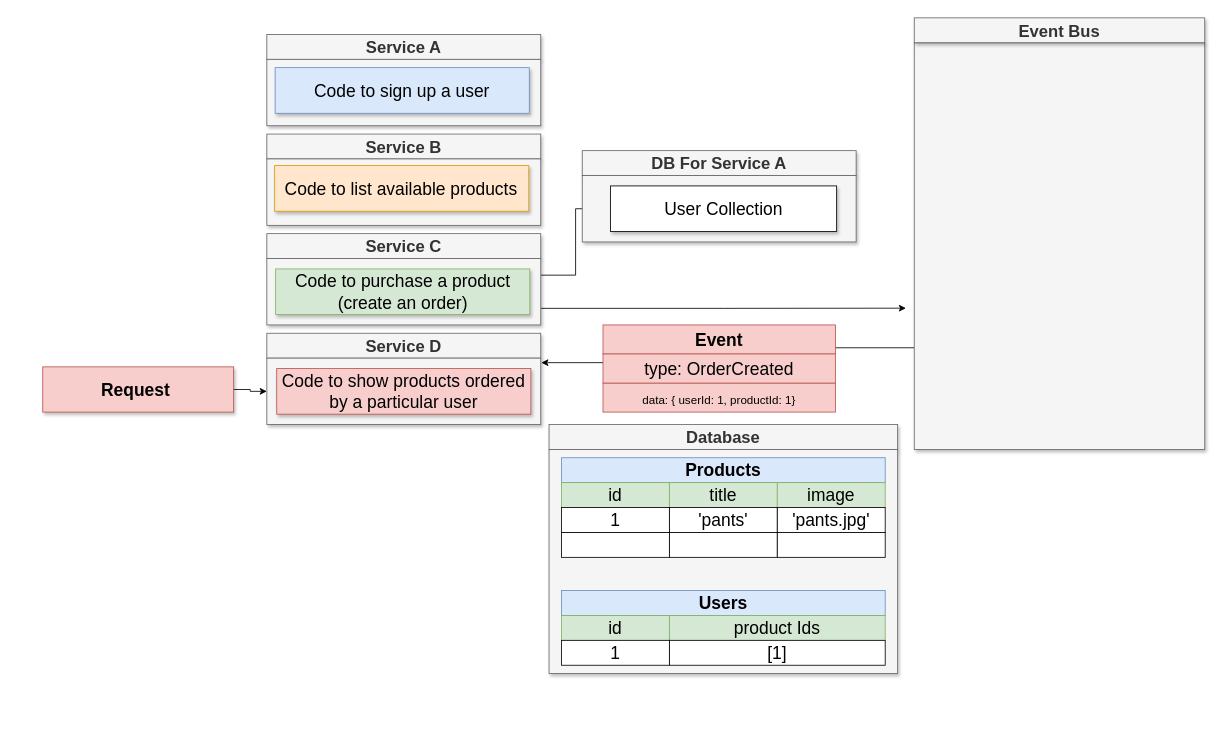
AK-SoloQ/microservices-casts keeps this draw.io diagram as page "12 - async" (15 of 17) of diagrams/01/03.drawio. Above is the earlier version. Source tidied: cells renumbered, new cells numbered last; positions are measured from the earlier drawing's top-left corner, leaving out a move shared by most shapes. Both pictures are drawn from the tidied source at 83%, with x=0, y=0 at pixel (42, 17).
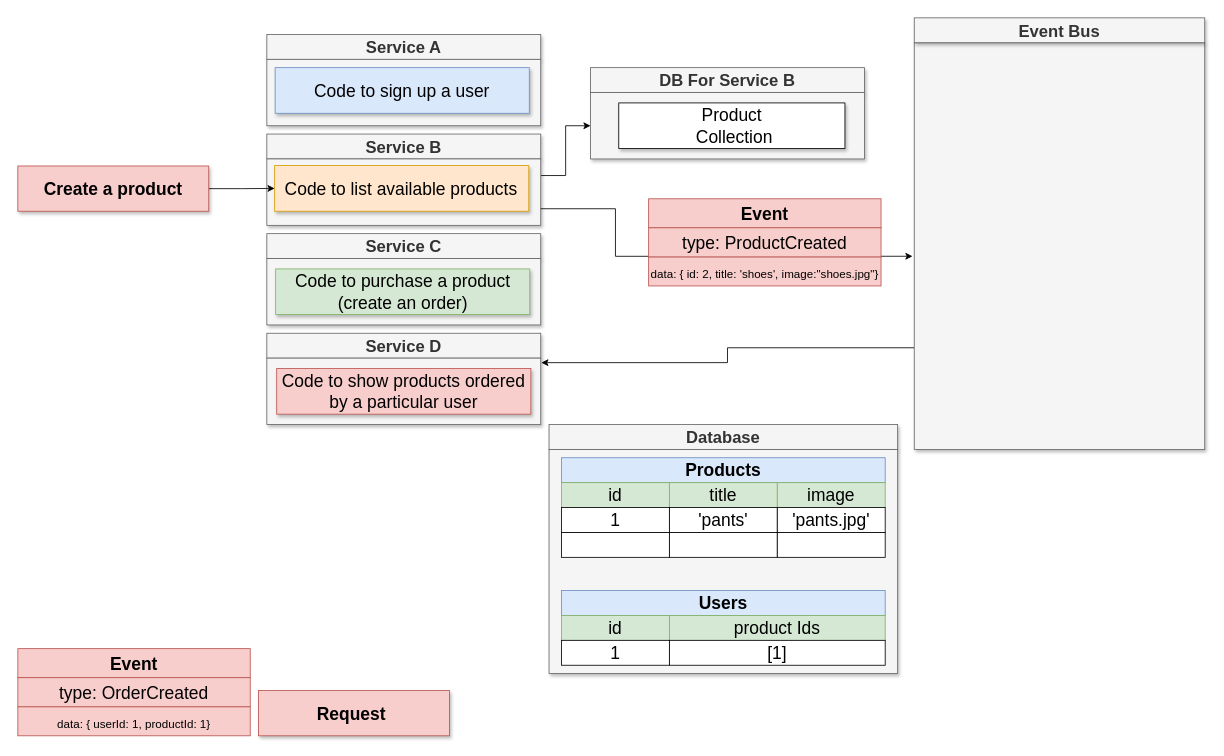
The same diagram, later.

Unchanged cells that the change refers to:
```xml
<mxCell id="7" style="rounded=0;whiteSpace=wrap;html=1;shadow=1;fontSize=28;fillColor=#f5f5f5;strokeColor=#666666;fontColor=#333333;" parent="1" vertex="1">
  <mxGeometry x="270" y="170" width="330" height="80" as="geometry" />
</mxCell>
<mxCell id="10" style="rounded=0;whiteSpace=wrap;html=1;shadow=1;fontSize=28;fillColor=#f5f5f5;strokeColor=#666666;fontColor=#333333;" parent="1" vertex="1">
  <mxGeometry x="270" y="290" width="330" height="80" as="geometry" />
</mxCell>
<mxCell id="11" value="Code to list available products" style="rounded=0;whiteSpace=wrap;html=1;shadow=1;fontSize=21;fillColor=#ffe6cc;strokeColor=#d79b00;" parent="1" vertex="1">
  <mxGeometry x="279.4" y="178" width="306.2" height="55" as="geometry" />
</mxCell>
<mxCell id="14" style="rounded=0;whiteSpace=wrap;html=1;shadow=1;fontSize=28;fillColor=#f5f5f5;strokeColor=#666666;fontColor=#333333;" parent="1" vertex="1">
  <mxGeometry x="1050" y="30" width="350" height="490" as="geometry" />
</mxCell>
<mxCell id="17" style="rounded=0;whiteSpace=wrap;html=1;shadow=1;fontSize=28;fillColor=#f5f5f5;strokeColor=#666666;fontColor=#333333;" parent="1" vertex="1">
  <mxGeometry x="270" y="410" width="330" height="80" as="geometry" />
</mxCell>
```

What changed in the source:
```diff
@@
+    <mxCell id="47" style="edgeStyle=orthogonalEdgeStyle;rounded=0;jettySize=auto;html=1;exitX=1;exitY=0.25;exitDx=0;exitDy=0;" parent="1" edge="1" source="7" target="39">
+      <mxGeometry relative="1" as="geometry" />
+    </mxCell>
@@
-    <mxCell id="8" style="edgeStyle=orthogonalEdgeStyle;rounded=0;jettySize=auto;html=1;exitX=1;exitY=0.25;exitDx=0;exitDy=0;entryX=0;entryY=0.5;entryDx=0;entryDy=0;fontSize=8;" parent="1" edge="1" source="10" target="40">
-      <mxGeometry relative="1" as="geometry" />
-    </mxCell>
-    <mxCell id="9" style="edgeStyle=orthogonalEdgeStyle;rounded=0;jettySize=auto;html=1;exitX=1;exitY=0.75;exitDx=0;exitDy=0;fontSize=8;" parent="1" edge="1" source="10">
-      <mxGeometry relative="1" as="geometry">
-        <mxPoint x="1040" y="349.8" as="targetPoint" />
-      </mxGeometry>
-    </mxCell>
@@
+    <mxCell id="48" style="edgeStyle=orthogonalEdgeStyle;rounded=0;jettySize=auto;html=1;entryX=-0.006;entryY=0.525;entryDx=0;entryDy=0;entryPerimeter=0;exitX=1;exitY=0.75;exitDx=0;exitDy=0;" parent="1" edge="1" source="7" target="14">
+      <mxGeometry relative="1" as="geometry">
+        <Array as="points">
+          <mxPoint x="690" y="230" />
+          <mxPoint x="690" y="287" />
+        </Array>
+      </mxGeometry>
+    </mxCell>
@@
-    <mxCell id="36" style="edgeStyle=orthogonalEdgeStyle;rounded=0;jettySize=auto;html=1;exitX=1;exitY=0.5;exitDx=0;exitDy=0;fontSize=8;" parent="1" edge="1" source="37" target="17">
-      <mxGeometry relative="1" as="geometry" />
-    </mxCell>
     <mxCell id="37" value="Request&amp;nbsp;" style="rounded=0;whiteSpace=wrap;html=1;shadow=1;fontSize=21;fillColor=#f8cecc;strokeColor=#b85450;fontStyle=1;" parent="1" vertex="1">
-      <mxGeometry y="420.5" width="230" height="54.5" as="geometry" />
+      <mxGeometry x="260" y="810.5" width="230" height="54.5" as="geometry" />
     </mxCell>
-    <mxCell id="38" value="DB For Service A" style="rounded=0;whiteSpace=wrap;html=1;shadow=1;fontSize=20;fillColor=#f5f5f5;strokeColor=#666666;fontColor=#333333;fontStyle=1;" parent="1" vertex="1">
-      <mxGeometry x="650" y="160" width="330" height="30" as="geometry" />
+    <mxCell id="38" value="DB For Service B" style="rounded=0;whiteSpace=wrap;html=1;shadow=1;fontSize=20;fillColor=#f5f5f5;strokeColor=#666666;fontColor=#333333;fontStyle=1;" parent="1" vertex="1">
+      <mxGeometry x="660" y="60" width="330" height="30" as="geometry" />
     </mxCell>
     <mxCell id="39" style="rounded=0;whiteSpace=wrap;html=1;shadow=1;fontSize=28;fillColor=#f5f5f5;strokeColor=#666666;fontColor=#333333;" parent="1" vertex="1">
-      <mxGeometry x="650" y="190" width="330" height="80" as="geometry" />
+      <mxGeometry x="660" y="90" width="330" height="80" as="geometry" />
     </mxCell>
-    <mxCell id="40" value="User Collection" style="rounded=0;whiteSpace=wrap;html=1;shadow=1;fontSize=21;" parent="1" vertex="1">
-      <mxGeometry x="684" y="202.5" width="272.5" height="55" as="geometry" />
+    <mxCell id="40" value="Product&lt;br&gt;&amp;nbsp;Collection" style="rounded=0;whiteSpace=wrap;html=1;shadow=1;fontSize=21;" parent="1" vertex="1">
+      <mxGeometry x="694" y="102.5" width="272.5" height="55" as="geometry" />
     </mxCell>
     <mxCell id="41" style="group;" parent="1" vertex="1">
-      <mxGeometry x="675" y="370" width="280" height="105" as="geometry" />
+      <mxGeometry x="-30" y="760" width="280" height="105" as="geometry" />
     </mxCell>
@@
+    <mxCell id="49" style="edgeStyle=orthogonalEdgeStyle;rounded=0;jettySize=auto;html=1;" parent="1" edge="1" source="50" target="11">
+      <mxGeometry relative="1" as="geometry" />
+    </mxCell>
+    <mxCell id="50" value="Create a product" style="rounded=0;whiteSpace=wrap;html=1;shadow=1;fontSize=21;fillColor=#f8cecc;strokeColor=#b85450;fontStyle=1;" parent="1" vertex="1">
+      <mxGeometry x="-30" y="178.5" width="230" height="54.5" as="geometry" />
+    </mxCell>
+    <mxCell id="51" style="group;" parent="1" vertex="1">
+      <mxGeometry x="730" y="218" width="280" height="105" as="geometry" />
+    </mxCell>
+    <mxCell id="52" style="group;" parent="51" vertex="1">
+      <mxGeometry width="280" height="105" as="geometry" />
+    </mxCell>
+    <mxCell id="53" style="group;fontSize=8;" parent="52" vertex="1">
+      <mxGeometry width="280" height="105" as="geometry" />
+    </mxCell>
+    <mxCell id="54" value="&lt;font style=&quot;font-size: 14px&quot;&gt;data: { id: 2, title: 'shoes', image:&quot;shoes.jpg&quot;}&lt;/font&gt;" style="rounded=0;whiteSpace=wrap;html=1;shadow=0;fontSize=21;fillColor=#f8cecc;strokeColor=#b85450;" parent="53" vertex="1">
+      <mxGeometry y="70" width="280" height="35" as="geometry" />
+    </mxCell>
+    <mxCell id="55" value="&lt;b&gt;Event&lt;/b&gt;" style="rounded=0;whiteSpace=wrap;html=1;shadow=0;fontSize=21;fillColor=#f8cecc;strokeColor=#b85450;" parent="53" vertex="1">
+      <mxGeometry width="280" height="35" as="geometry" />
+    </mxCell>
+    <mxCell id="56" value="&lt;span&gt;type: ProductCreated&lt;/span&gt;" style="rounded=0;whiteSpace=wrap;html=1;shadow=0;fontSize=21;fillColor=#f8cecc;strokeColor=#b85450;fontStyle=0;" parent="53" vertex="1">
+      <mxGeometry y="35" width="280" height="35" as="geometry" />
+    </mxCell>
```
